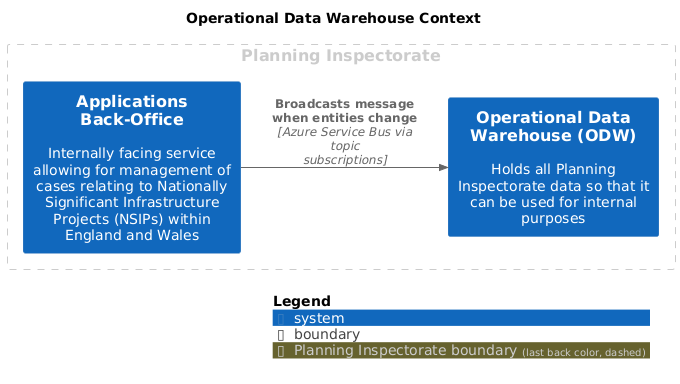
This is master/png/OperationalDataWarehouseContext.png from Planning-Inspectorate/applications-service, a PlantUML export, as it was before one commit. The source it was exported from:
```plantuml
@startuml
set separator none
title Operational Data Warehouse Context

left to right direction

!include <C4/C4>
!include <C4/C4_Context>

AddBoundaryTag("Planning Inspectorate", $borderColor="#cccccc", $fontColor="#cccccc", $borderStyle="dashed")
Boundary(group_1, "Planning Inspectorate", $tags="Planning Inspectorate") {
  System(ApplicationsBackOffice, "Applications Back-Office", $descr="Internally facing service allowing for management of cases relating to Nationally Significant Infrastructure Projects (NSIPs) within England and Wales", $tags="", $link="")
  System(OperationalDataWarehouseODW, "Operational Data Warehouse (ODW)", $descr="Holds all Planning Inspectorate data so that it can be used for internal purposes", $tags="", $link="")
}


Rel(ApplicationsBackOffice, OperationalDataWarehouseODW, "Broadcasts message when entities change", $techn="Azure Service Bus via topic subscriptions", $tags="", $link="")

SHOW_LEGEND(true)
@enduml
```
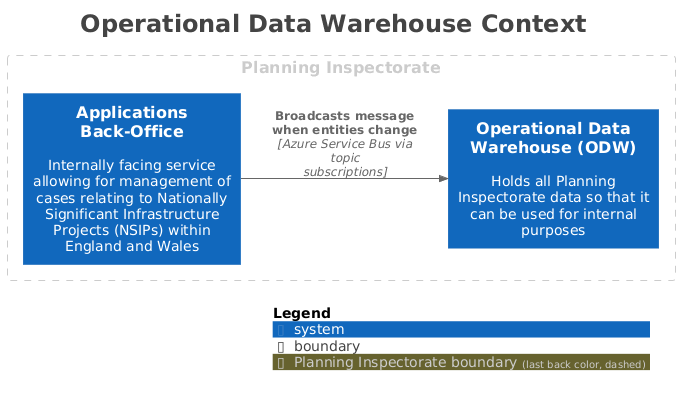
Later version of the same file.

The edit, as a diff of the source:
```diff
@@ -1,8 +1,15 @@
 @startuml
+title <size:24>Operational Data Warehouse Context</size>
+
 set separator none
-title Operational Data Warehouse Context
+left to right direction
 
-left to right direction
+<style>
+  root {
+    BackgroundColor: #ffffff
+    FontColor: #444444
+  }
+</style>
 
 !include <C4/C4>
 !include <C4/C4_Context>
@@ -17,4 +24,5 @@
 Rel(ApplicationsBackOffice, OperationalDataWarehouseODW, "Broadcasts message when entities change", $techn="Azure Service Bus via topic subscriptions", $tags="", $link="")
 
 SHOW_LEGEND(true)
+hide stereotypes
 @enduml
```
